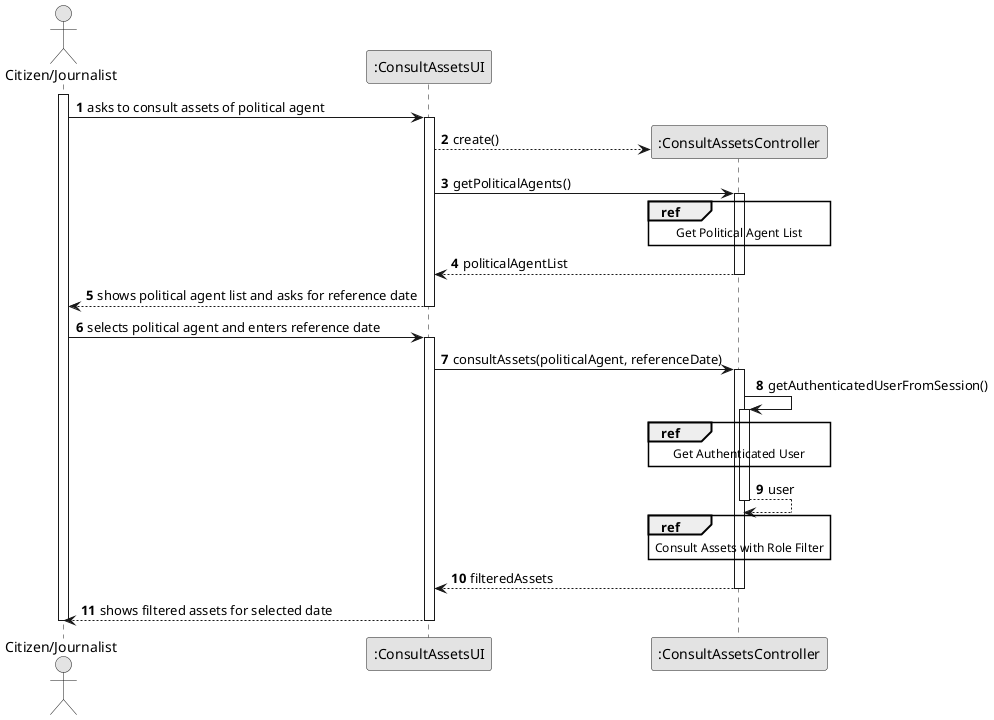
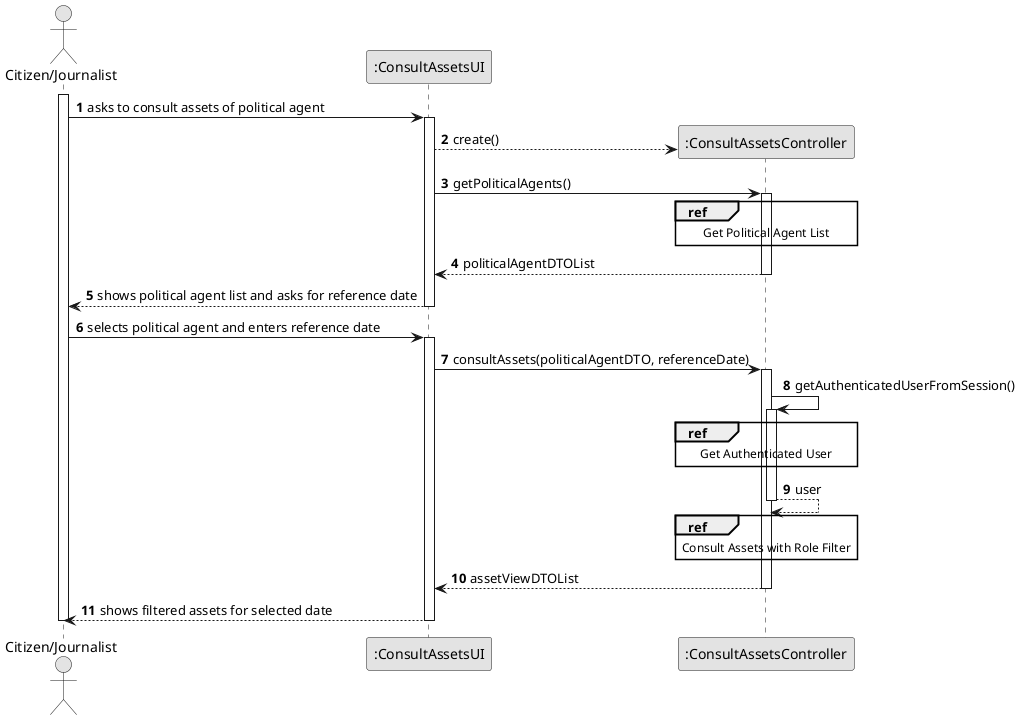
@startuml
skinparam monochrome true
skinparam packageStyle rectangle
skinparam shadowing false

autonumber

actor "Citizen/Journalist" as USER_ACTOR

participant ":ConsultAssetsUI" as UI
participant ":ConsultAssetsController" as CTRL

activate USER_ACTOR

    USER_ACTOR -> UI : asks to consult assets of political agent
    activate UI
        UI --> CTRL** : create()
        UI -> CTRL : getPoliticalAgents()

        ref over CTRL
            Get Political Agent List
        end ref

        activate CTRL
-             CTRL --> UI : politicalAgentList
+             CTRL --> UI : politicalAgentDTOList
        deactivate CTRL

        UI --> USER_ACTOR : shows political agent list and asks for reference date
    deactivate UI

    USER_ACTOR -> UI : selects political agent and enters reference date
    activate UI
-         UI -> CTRL : consultAssets(politicalAgent, referenceDate)
+         UI -> CTRL : consultAssets(politicalAgentDTO, referenceDate)
        activate CTRL

            CTRL -> CTRL : getAuthenticatedUserFromSession()
            activate CTRL
                ref over CTRL
                    Get Authenticated User
                end ref
                CTRL --> CTRL : user
            deactivate CTRL

            ref over CTRL
                Consult Assets with Role Filter
            end ref

-             CTRL --> UI : filteredAssets
+             CTRL --> UI : assetViewDTOList
        deactivate CTRL

        UI --> USER_ACTOR : shows filtered assets for selected date
    deactivate UI

deactivate USER_ACTOR

@enduml
